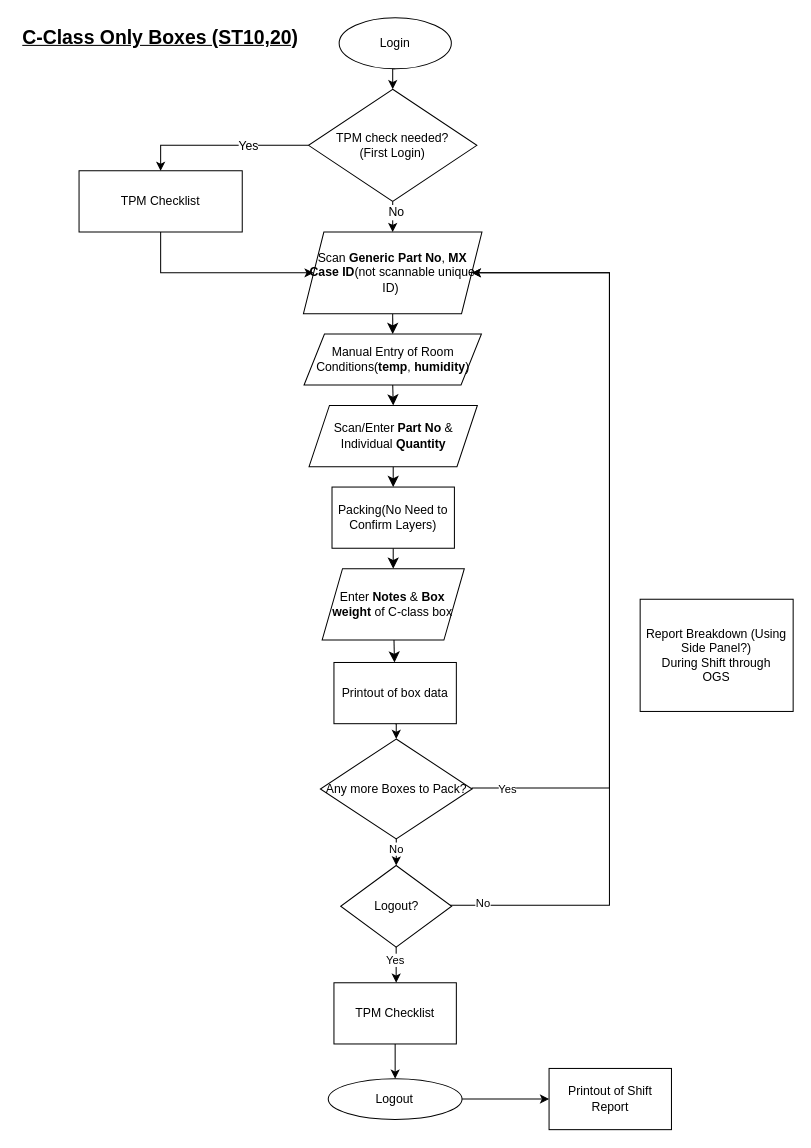
This is page "C-Class Box" (3 of 3) of MX Room OGS Flowchart.drawio from brian129/test, a draw.io file, before an edit. Source tidied: cells renumbered, new cells numbered last; positions are measured from the earlier drawing's top-left corner, leaving out a move shared by most shapes. Both pictures are drawn from the tidied source at 102%, with x=0, y=0 at pixel (17, 17).
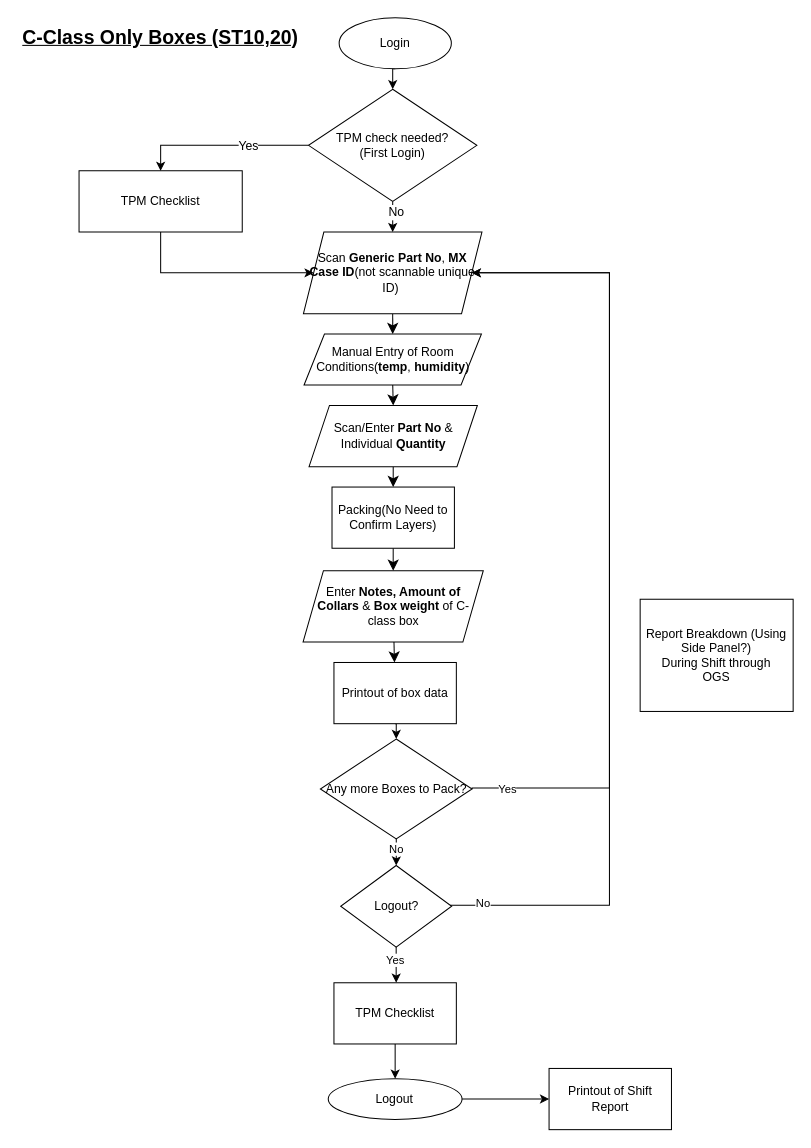
After the change.

Commit message:
update C-class box diag

The edit, as a diff of the source:
```diff
@@
-    <mxCell id="35" value="Enter &lt;b&gt;Notes&lt;/b&gt;&amp;nbsp;&amp;amp; &lt;b&gt;Box weight&lt;/b&gt; of C-class box" style="shape=parallelogram;perimeter=parallelogramPerimeter;whiteSpace=wrap;html=1;fixedSize=1;" parent="1" vertex="1">
-      <mxGeometry x="298.3" y="540" width="139.4" height="70" as="geometry" />
+    <mxCell id="35" value="Enter &lt;b&gt;Notes, Amount of Collars&lt;/b&gt;&amp;nbsp;&amp;amp; &lt;b&gt;Box weight&lt;/b&gt; of C-class box" style="shape=parallelogram;perimeter=parallelogramPerimeter;whiteSpace=wrap;html=1;fixedSize=1;" parent="1" vertex="1">
+      <mxGeometry x="279.6" y="542" width="176.7" height="70" as="geometry" />
     </mxCell>
```
